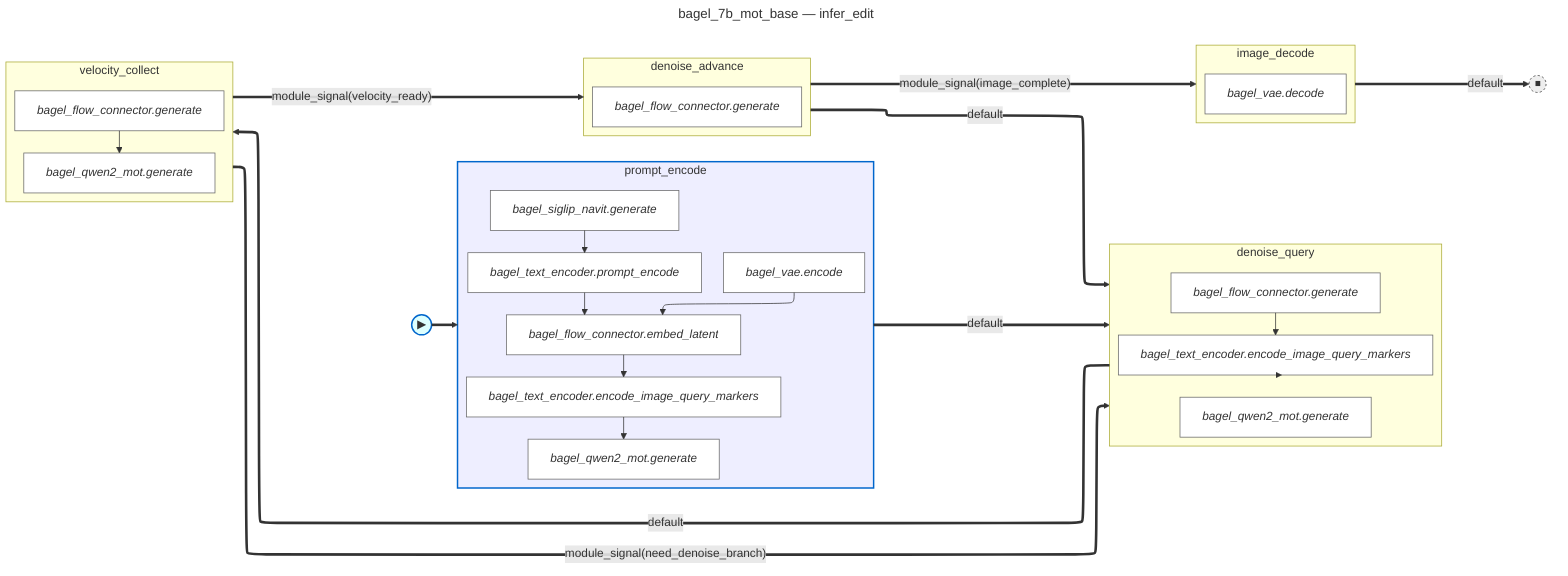
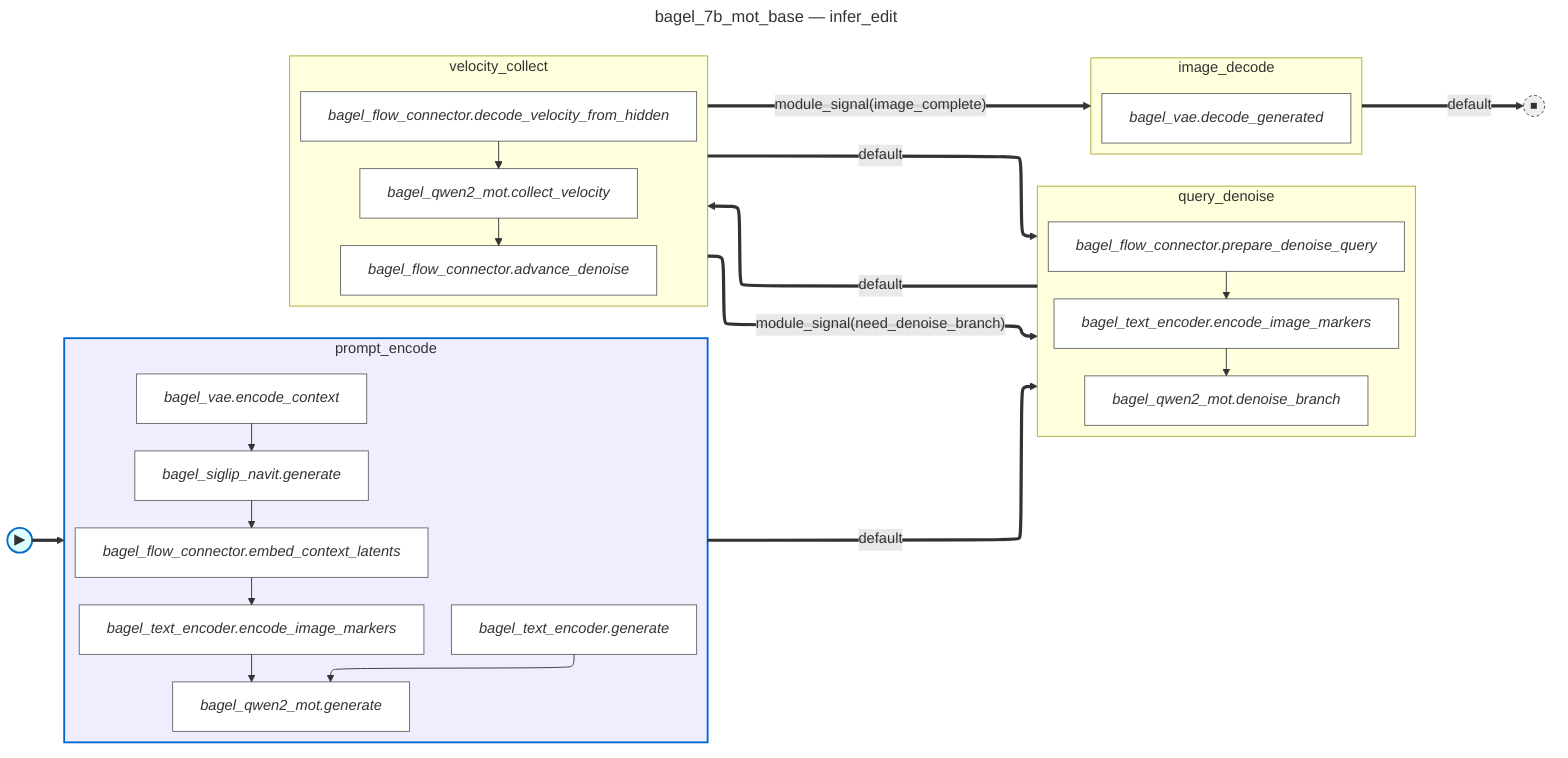
---
title: bagel_7b_mot_base — infer_edit
---
%%{init: {'flowchart': {'defaultRenderer': 'elk'}}}%%
flowchart LR
    fsm_start(("▶")):::fsm_start
    fsm_done(("⏹")):::fsm_terminal
    subgraph state_prompt_encode [prompt_encode]
        direction TB
-         prompt_encode__bagel_vae_encode["<i>bagel_vae.encode</i>"]:::body_node
-         prompt_encode__bagel_flow_connector_embed_latent["<i>bagel_flow_connector.embed_latent</i>"]:::body_node
+         prompt_encode__bagel_text_encoder_generate["<i>bagel_text_encoder.generate</i>"]:::body_node
+         prompt_encode__bagel_qwen2_mot_generate["<i>bagel_qwen2_mot.generate</i>"]:::body_node
+         prompt_encode__bagel_vae_encode_context["<i>bagel_vae.encode_context</i>"]:::body_node
        prompt_encode__bagel_siglip_navit_generate["<i>bagel_siglip_navit.generate</i>"]:::body_node
-         prompt_encode__bagel_text_encoder_prompt_encode["<i>bagel_text_encoder.prompt_encode</i>"]:::body_node
-         prompt_encode__bagel_text_encoder_encode_image_query_markers["<i>bagel_text_encoder.encode_image_query_markers</i>"]:::body_node
-         prompt_encode__bagel_qwen2_mot_generate["<i>bagel_qwen2_mot.generate</i>"]:::body_node
-         prompt_encode__bagel_vae_encode --> prompt_encode__bagel_flow_connector_embed_latent
-         prompt_encode__bagel_siglip_navit_generate --> prompt_encode__bagel_text_encoder_prompt_encode
-         prompt_encode__bagel_text_encoder_prompt_encode --> prompt_encode__bagel_flow_connector_embed_latent
-         prompt_encode__bagel_flow_connector_embed_latent --> prompt_encode__bagel_text_encoder_encode_image_query_markers
-         prompt_encode__bagel_text_encoder_encode_image_query_markers --> prompt_encode__bagel_qwen2_mot_generate
+         prompt_encode__bagel_flow_connector_embed_context_latents["<i>bagel_flow_connector.embed_context_latents</i>"]:::body_node
+         prompt_encode__bagel_text_encoder_encode_image_markers["<i>bagel_text_encoder.encode_image_markers</i>"]:::body_node
+         prompt_encode__bagel_text_encoder_generate --> prompt_encode__bagel_qwen2_mot_generate
+         prompt_encode__bagel_vae_encode_context --> prompt_encode__bagel_siglip_navit_generate
+         prompt_encode__bagel_siglip_navit_generate --> prompt_encode__bagel_flow_connector_embed_context_latents
+         prompt_encode__bagel_flow_connector_embed_context_latents --> prompt_encode__bagel_text_encoder_encode_image_markers
+         prompt_encode__bagel_text_encoder_encode_image_markers --> prompt_encode__bagel_qwen2_mot_generate
    end
-     subgraph state_denoise_query [denoise_query]
+     subgraph state_query_denoise [query_denoise]
        direction TB
-         denoise_query__bagel_flow_connector_generate["<i>bagel_flow_connector.generate</i>"]:::body_node
-         denoise_query__bagel_text_encoder_encode_image_query_markers["<i>bagel_text_encoder.encode_image_query_markers</i>"]:::body_node
-         denoise_query__bagel_qwen2_mot_generate["<i>bagel_qwen2_mot.generate</i>"]:::body_node
-         denoise_query__bagel_flow_connector_generate --> denoise_query__bagel_text_encoder_encode_image_query_markers
-         denoise_query__bagel_text_encoder_encode_image_query_markers --> denoise_query__bagel_qwen2_mot_generate
+         query_denoise__bagel_flow_connector_prepare_denoise_query["<i>bagel_flow_connector.prepare_denoise_query</i>"]:::body_node
+         query_denoise__bagel_text_encoder_encode_image_markers["<i>bagel_text_encoder.encode_image_markers</i>"]:::body_node
+         query_denoise__bagel_qwen2_mot_denoise_branch["<i>bagel_qwen2_mot.denoise_branch</i>"]:::body_node
+         query_denoise__bagel_flow_connector_prepare_denoise_query --> query_denoise__bagel_text_encoder_encode_image_markers
+         query_denoise__bagel_text_encoder_encode_image_markers --> query_denoise__bagel_qwen2_mot_denoise_branch
    end
    subgraph state_velocity_collect [velocity_collect]
        direction TB
-         velocity_collect__bagel_flow_connector_generate["<i>bagel_flow_connector.generate</i>"]:::body_node
-         velocity_collect__bagel_qwen2_mot_generate["<i>bagel_qwen2_mot.generate</i>"]:::body_node
-         velocity_collect__bagel_flow_connector_generate --> velocity_collect__bagel_qwen2_mot_generate
-     end
-     subgraph state_denoise_advance [denoise_advance]
-         direction TB
-         denoise_advance__bagel_flow_connector_generate["<i>bagel_flow_connector.generate</i>"]:::body_node
+         velocity_collect__bagel_flow_connector_decode_velocity_from_hidden["<i>bagel_flow_connector.decode_velocity_from_hidden</i>"]:::body_node
+         velocity_collect__bagel_qwen2_mot_collect_velocity["<i>bagel_qwen2_mot.collect_velocity</i>"]:::body_node
+         velocity_collect__bagel_flow_connector_advance_denoise["<i>bagel_flow_connector.advance_denoise</i>"]:::body_node
+         velocity_collect__bagel_flow_connector_decode_velocity_from_hidden --> velocity_collect__bagel_qwen2_mot_collect_velocity
+         velocity_collect__bagel_qwen2_mot_collect_velocity --> velocity_collect__bagel_flow_connector_advance_denoise
    end
    subgraph state_image_decode [image_decode]
        direction TB
-         image_decode__bagel_vae_decode["<i>bagel_vae.decode</i>"]:::body_node
+         image_decode__bagel_vae_decode_generated["<i>bagel_vae.decode_generated</i>"]:::body_node
    end
    fsm_start ==> state_prompt_encode
-     state_prompt_encode ==>|"default"| state_denoise_query
-     state_denoise_query ==>|"default"| state_velocity_collect
-     state_velocity_collect ==>|"module_signal(need_denoise_branch)"| state_denoise_query
-     state_velocity_collect ==>|"module_signal(velocity_ready)"| state_denoise_advance
-     state_denoise_advance ==>|"module_signal(image_complete)"| state_image_decode
-     state_denoise_advance ==>|"default"| state_denoise_query
+     state_prompt_encode ==>|"default"| state_query_denoise
+     state_query_denoise ==>|"default"| state_velocity_collect
+     state_velocity_collect ==>|"module_signal(need_denoise_branch)"| state_query_denoise
+     state_velocity_collect ==>|"module_signal(image_complete)"| state_image_decode
+     state_velocity_collect ==>|"default"| state_query_denoise
    state_image_decode ==>|"default"| fsm_done
    classDef body_node fill:#fff,stroke:#666
    classDef fsm_start fill:#dff,stroke:#06c,stroke-width:2px
    classDef fsm_terminal fill:#eee,stroke:#333,stroke-width:1px,stroke-dasharray:3 3
    style state_prompt_encode fill:#eef,stroke:#06c,stroke-width:2px
